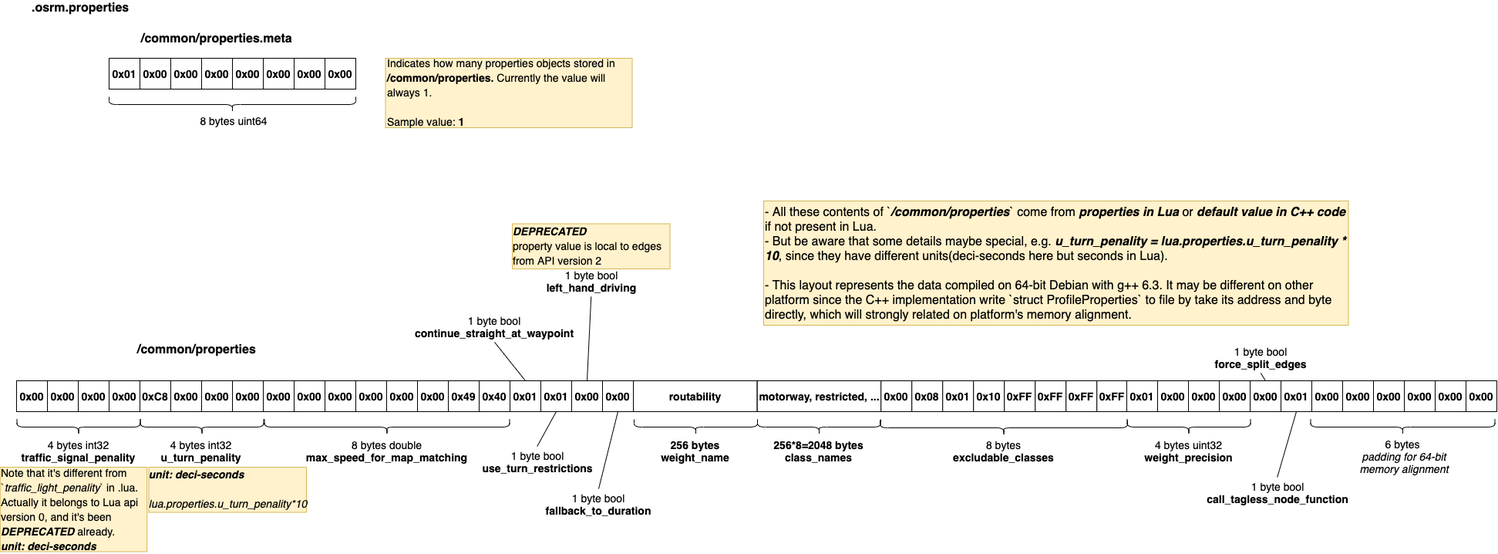
Above: osrm/doc/osrm-toolchain-files/graph/map.osrm.properties.common.properties.png in Telenav/open-source-spec (draw.io), before the change. Source tidied: cells renumbered, new cells last; positions are measured from the earlier drawing's top-left corner, leaving out a move shared by most shapes.
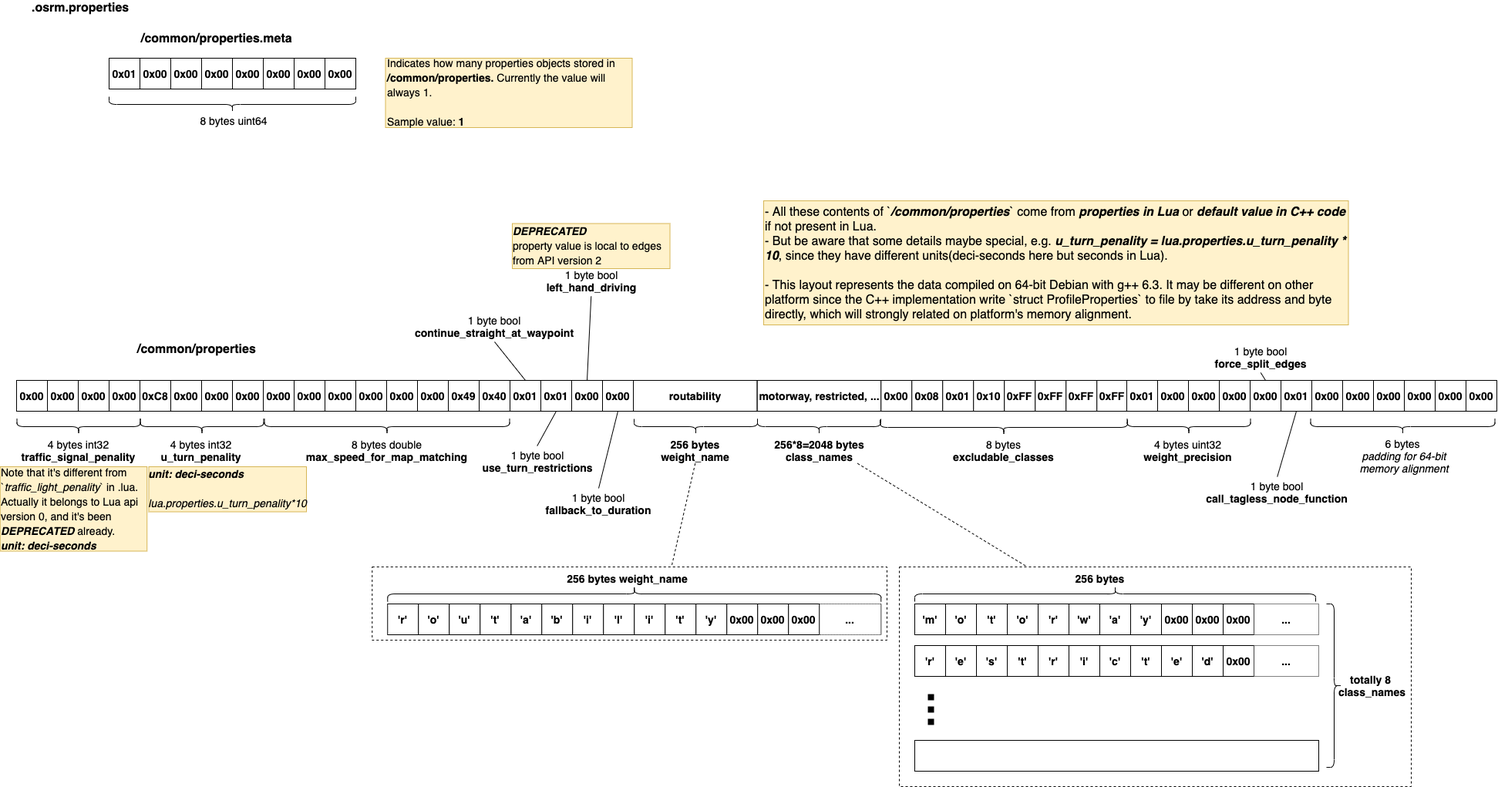
After the change.

Diff of the diagram source:
```diff
@@ -2,6 +2,9 @@
   <root>
     <mxCell id="0" />
     <mxCell id="1" parent="0" />
+    <mxCell id="90" style="rounded=0;whiteSpace=wrap;html=1;dashed=1;strokeColor=#000000;" parent="1" vertex="1">
+      <mxGeometry x="482.2" y="760" width="667.8" height="95" as="geometry" />
+    </mxCell>
     <mxCell id="2" value="0x01" style="rounded=0;whiteSpace=wrap;html=1;fontStyle=1;fontSize=14;" parent="1" vertex="1">
       <mxGeometry x="141" y="100" width="40" height="40" as="geometry" />
     </mxCell>
@@ -132,13 +135,13 @@
       <mxGeometry x="892" y="498" width="20" height="160" as="geometry" />
     </mxCell>
     <mxCell id="45" value="&lt;b&gt;256 bytes&lt;br&gt;weight_name&lt;br&gt;&lt;/b&gt;" style="text;html=1;strokeColor=none;fillColor=none;align=center;verticalAlign=middle;whiteSpace=wrap;rounded=0;fontSize=14;" parent="1" vertex="1">
-      <mxGeometry x="801.5" y="581.5" width="199" height="55" as="geometry" />
+      <mxGeometry x="801.8" y="592.2" width="199" height="33.5" as="geometry" />
     </mxCell>
     <mxCell id="46" style="shape=curlyBracket;whiteSpace=wrap;html=1;rounded=1;fontSize=14;rotation=-90;" parent="1" vertex="1">
       <mxGeometry x="1052" y="498" width="20" height="160" as="geometry" />
     </mxCell>
     <mxCell id="47" value="&lt;b&gt;256*8=2048 bytes&lt;br&gt;class_names&lt;br&gt;&lt;/b&gt;" style="text;html=1;strokeColor=none;fillColor=none;align=center;verticalAlign=middle;whiteSpace=wrap;rounded=0;fontSize=14;" parent="1" vertex="1">
-      <mxGeometry x="961.5" y="581.5" width="199" height="55" as="geometry" />
+      <mxGeometry x="962.5" y="592.2" width="199" height="33.5" as="geometry" />
     </mxCell>
     <mxCell id="48" style="shape=curlyBracket;whiteSpace=wrap;html=1;rounded=1;fontSize=14;rotation=-90;" parent="1" vertex="1">
       <mxGeometry x="1291.5" y="418.5" width="20" height="321" as="geometry" />
@@ -266,5 +269,158 @@
     <mxCell id="89" value="&lt;div style=&quot;text-align: left&quot;&gt;&lt;span style=&quot;font-size: 14px&quot;&gt;&lt;i&gt;DEPRECATED&lt;/i&gt;&lt;/span&gt;&lt;/div&gt;&lt;div style=&quot;text-align: left&quot;&gt;&lt;span style=&quot;font-size: 14px ; font-weight: normal&quot;&gt;property value is local to edges from API version 2&lt;/span&gt;&lt;br&gt;&lt;/div&gt;" style="text;html=1;strokeColor=#d6b656;fillColor=#fff2cc;align=center;verticalAlign=middle;whiteSpace=wrap;rounded=0;fontSize=16;fontStyle=1;" parent="1" vertex="1">
       <mxGeometry x="664" y="314.5" width="204.5" height="58.5" as="geometry" />
     </mxCell>
+    <mxCell id="91" value="'a'" style="rounded=0;whiteSpace=wrap;html=1;fontStyle=1;fontSize=14;" parent="1" vertex="1">
+      <mxGeometry x="662.2" y="808" width="40" height="40" as="geometry" />
+    </mxCell>
+    <mxCell id="92" value="'b'" style="rounded=0;whiteSpace=wrap;html=1;fontStyle=1;fontSize=14;" parent="1" vertex="1">
+      <mxGeometry x="702.2" y="808" width="40" height="40" as="geometry" />
+    </mxCell>
+    <mxCell id="93" value="'i'" style="rounded=0;whiteSpace=wrap;html=1;fontStyle=1;fontSize=14;" parent="1" vertex="1">
+      <mxGeometry x="742.2" y="808" width="40" height="40" as="geometry" />
+    </mxCell>
+    <mxCell id="94" value="'l'" style="rounded=0;whiteSpace=wrap;html=1;fontStyle=1;fontSize=14;" parent="1" vertex="1">
+      <mxGeometry x="782.2" y="808" width="40" height="40" as="geometry" />
+    </mxCell>
+    <mxCell id="95" value="'r'" style="rounded=0;whiteSpace=wrap;html=1;fontStyle=1;fontSize=14;" parent="1" vertex="1">
+      <mxGeometry x="502.2" y="808" width="40" height="40" as="geometry" />
+    </mxCell>
+    <mxCell id="96" value="'o'" style="rounded=0;whiteSpace=wrap;html=1;fontStyle=1;fontSize=14;" parent="1" vertex="1">
+      <mxGeometry x="542.2" y="808" width="40" height="40" as="geometry" />
+    </mxCell>
+    <mxCell id="97" value="'u'" style="rounded=0;whiteSpace=wrap;html=1;fontStyle=1;fontSize=14;" parent="1" vertex="1">
+      <mxGeometry x="582.2" y="808" width="40" height="40" as="geometry" />
+    </mxCell>
+    <mxCell id="98" value="'t'" style="rounded=0;whiteSpace=wrap;html=1;fontStyle=1;fontSize=14;" parent="1" vertex="1">
+      <mxGeometry x="622.2" y="808" width="40" height="40" as="geometry" />
+    </mxCell>
+    <mxCell id="99" value="'i'" style="rounded=0;whiteSpace=wrap;html=1;fontStyle=1;fontSize=14;" parent="1" vertex="1">
+      <mxGeometry x="822.2" y="808" width="40" height="40" as="geometry" />
+    </mxCell>
+    <mxCell id="100" value="'t'" style="rounded=0;whiteSpace=wrap;html=1;fontStyle=1;fontSize=14;" parent="1" vertex="1">
+      <mxGeometry x="862.2" y="808" width="40" height="40" as="geometry" />
+    </mxCell>
+    <mxCell id="101" value="'y'" style="rounded=0;whiteSpace=wrap;html=1;fontStyle=1;fontSize=14;" parent="1" vertex="1">
+      <mxGeometry x="902.2" y="808" width="40" height="40" as="geometry" />
+    </mxCell>
+    <mxCell id="102" value="0x00" style="rounded=0;whiteSpace=wrap;html=1;fontStyle=1;fontSize=14;" parent="1" vertex="1">
+      <mxGeometry x="942.2" y="808" width="40" height="40" as="geometry" />
+    </mxCell>
+    <mxCell id="103" value="0x00" style="rounded=0;whiteSpace=wrap;html=1;fontStyle=1;fontSize=14;" parent="1" vertex="1">
+      <mxGeometry x="982.2" y="808" width="40" height="40" as="geometry" />
+    </mxCell>
+    <mxCell id="104" value="0x00" style="rounded=0;whiteSpace=wrap;html=1;fontStyle=1;fontSize=14;" parent="1" vertex="1">
+      <mxGeometry x="1022.2" y="808" width="40" height="40" as="geometry" />
+    </mxCell>
+    <mxCell id="105" value="..." style="rounded=0;whiteSpace=wrap;html=1;fontStyle=1;fontSize=14;strokeColor=#000000;dashed=1;dashPattern=1 1;" parent="1" vertex="1">
+      <mxGeometry x="1062.2" y="808" width="80" height="40" as="geometry" />
+    </mxCell>
+    <mxCell id="106" style="shape=curlyBracket;whiteSpace=wrap;html=1;rounded=1;fontSize=14;rotation=90;" parent="1" vertex="1">
+      <mxGeometry x="812.2" y="475" width="20" height="640" as="geometry" />
+    </mxCell>
+    <mxCell id="107" style="edgeStyle=none;rounded=0;jettySize=auto;html=1;exitX=0.5;exitY=1;exitDx=0;exitDy=0;endArrow=none;endFill=0;entryX=0.582;entryY=-0.021;entryDx=0;entryDy=0;entryPerimeter=0;dashed=1;" parent="1" edge="1" source="45" target="90">
+      <mxGeometry relative="1" as="geometry" />
+    </mxCell>
+    <mxCell id="108" value="&lt;b&gt;256 bytes weight_name&lt;br&gt;&lt;/b&gt;" style="text;html=1;strokeColor=none;fillColor=none;align=center;verticalAlign=middle;whiteSpace=wrap;rounded=0;fontSize=14;" parent="1" vertex="1">
+      <mxGeometry x="713.5" y="767" width="199" height="15.5" as="geometry" />
+    </mxCell>
+    <mxCell id="109" style="rounded=0;whiteSpace=wrap;html=1;dashed=1;strokeColor=#000000;" parent="1" vertex="1">
+      <mxGeometry x="1166" y="760" width="664" height="285" as="geometry" />
+    </mxCell>
+    <mxCell id="110" value="'r'" style="rounded=0;whiteSpace=wrap;html=1;fontStyle=1;fontSize=14;" parent="1" vertex="1">
+      <mxGeometry x="1346" y="808" width="40" height="40" as="geometry" />
+    </mxCell>
+    <mxCell id="111" value="'w'" style="rounded=0;whiteSpace=wrap;html=1;fontStyle=1;fontSize=14;" parent="1" vertex="1">
+      <mxGeometry x="1386" y="808" width="40" height="40" as="geometry" />
+    </mxCell>
+    <mxCell id="112" value="'a'" style="rounded=0;whiteSpace=wrap;html=1;fontStyle=1;fontSize=14;" parent="1" vertex="1">
+      <mxGeometry x="1426" y="808" width="40" height="40" as="geometry" />
+    </mxCell>
+    <mxCell id="113" value="'y'" style="rounded=0;whiteSpace=wrap;html=1;fontStyle=1;fontSize=14;" parent="1" vertex="1">
+      <mxGeometry x="1466" y="808" width="40" height="40" as="geometry" />
+    </mxCell>
+    <mxCell id="114" value="'m'" style="rounded=0;whiteSpace=wrap;html=1;fontStyle=1;fontSize=14;" parent="1" vertex="1">
+      <mxGeometry x="1186" y="808" width="40" height="40" as="geometry" />
+    </mxCell>
+    <mxCell id="115" value="'o'" style="rounded=0;whiteSpace=wrap;html=1;fontStyle=1;fontSize=14;" parent="1" vertex="1">
+      <mxGeometry x="1226" y="808" width="40" height="40" as="geometry" />
+    </mxCell>
+    <mxCell id="116" value="'t'" style="rounded=0;whiteSpace=wrap;html=1;fontStyle=1;fontSize=14;" parent="1" vertex="1">
+      <mxGeometry x="1266" y="808" width="40" height="40" as="geometry" />
+    </mxCell>
+    <mxCell id="117" value="'o'" style="rounded=0;whiteSpace=wrap;html=1;fontStyle=1;fontSize=14;" parent="1" vertex="1">
+      <mxGeometry x="1306" y="808" width="40" height="40" as="geometry" />
+    </mxCell>
+    <mxCell id="118" value="0x00" style="rounded=0;whiteSpace=wrap;html=1;fontStyle=1;fontSize=14;" parent="1" vertex="1">
+      <mxGeometry x="1506" y="808" width="40" height="40" as="geometry" />
+    </mxCell>
+    <mxCell id="119" value="0x00" style="rounded=0;whiteSpace=wrap;html=1;fontStyle=1;fontSize=14;" parent="1" vertex="1">
+      <mxGeometry x="1546" y="808" width="40" height="40" as="geometry" />
+    </mxCell>
+    <mxCell id="120" value="0x00" style="rounded=0;whiteSpace=wrap;html=1;fontStyle=1;fontSize=14;" parent="1" vertex="1">
+      <mxGeometry x="1586" y="808" width="40" height="40" as="geometry" />
+    </mxCell>
+    <mxCell id="121" value="..." style="rounded=0;whiteSpace=wrap;html=1;fontStyle=1;fontSize=14;strokeColor=#000000;dashed=1;dashPattern=1 1;" parent="1" vertex="1">
+      <mxGeometry x="1626" y="808" width="84" height="40" as="geometry" />
+    </mxCell>
+    <mxCell id="122" style="shape=curlyBracket;whiteSpace=wrap;html=1;rounded=1;fontSize=14;rotation=90;" parent="1" vertex="1">
+      <mxGeometry x="1436" y="535" width="20" height="520" as="geometry" />
+    </mxCell>
+    <mxCell id="123" value="&lt;b&gt;256 bytes&lt;br&gt;&lt;/b&gt;" style="text;html=1;strokeColor=none;fillColor=none;align=center;verticalAlign=middle;whiteSpace=wrap;rounded=0;fontSize=14;" parent="1" vertex="1">
+      <mxGeometry x="1326.5" y="767" width="199" height="15.5" as="geometry" />
+    </mxCell>
+    <mxCell id="124" value="'r'" style="rounded=0;whiteSpace=wrap;html=1;fontStyle=1;fontSize=14;" parent="1" vertex="1">
+      <mxGeometry x="1346" y="862" width="40" height="40" as="geometry" />
+    </mxCell>
+    <mxCell id="125" value="'i'" style="rounded=0;whiteSpace=wrap;html=1;fontStyle=1;fontSize=14;" parent="1" vertex="1">
+      <mxGeometry x="1386" y="862" width="40" height="40" as="geometry" />
+    </mxCell>
+    <mxCell id="126" value="'c'" style="rounded=0;whiteSpace=wrap;html=1;fontStyle=1;fontSize=14;" parent="1" vertex="1">
+      <mxGeometry x="1426" y="862" width="40" height="40" as="geometry" />
+    </mxCell>
+    <mxCell id="127" value="'t'" style="rounded=0;whiteSpace=wrap;html=1;fontStyle=1;fontSize=14;" parent="1" vertex="1">
+      <mxGeometry x="1466" y="862" width="40" height="40" as="geometry" />
+    </mxCell>
+    <mxCell id="128" value="'r'" style="rounded=0;whiteSpace=wrap;html=1;fontStyle=1;fontSize=14;" parent="1" vertex="1">
+      <mxGeometry x="1186" y="862" width="40" height="40" as="geometry" />
+    </mxCell>
+    <mxCell id="129" value="'e'" style="rounded=0;whiteSpace=wrap;html=1;fontStyle=1;fontSize=14;" parent="1" vertex="1">
+      <mxGeometry x="1226" y="862" width="40" height="40" as="geometry" />
+    </mxCell>
+    <mxCell id="130" value="'s'" style="rounded=0;whiteSpace=wrap;html=1;fontStyle=1;fontSize=14;" parent="1" vertex="1">
+      <mxGeometry x="1266" y="862" width="40" height="40" as="geometry" />
+    </mxCell>
+    <mxCell id="131" value="'t'" style="rounded=0;whiteSpace=wrap;html=1;fontStyle=1;fontSize=14;" parent="1" vertex="1">
+      <mxGeometry x="1306" y="862" width="40" height="40" as="geometry" />
+    </mxCell>
+    <mxCell id="132" value="'e'" style="rounded=0;whiteSpace=wrap;html=1;fontStyle=1;fontSize=14;" parent="1" vertex="1">
+      <mxGeometry x="1506" y="862" width="40" height="40" as="geometry" />
+    </mxCell>
+    <mxCell id="133" value="'d'" style="rounded=0;whiteSpace=wrap;html=1;fontStyle=1;fontSize=14;" parent="1" vertex="1">
+      <mxGeometry x="1546" y="862" width="40" height="40" as="geometry" />
+    </mxCell>
+    <mxCell id="134" value="0x00" style="rounded=0;whiteSpace=wrap;html=1;fontStyle=1;fontSize=14;" parent="1" vertex="1">
+      <mxGeometry x="1586" y="862" width="40" height="40" as="geometry" />
+    </mxCell>
+    <mxCell id="135" value="..." style="rounded=0;whiteSpace=wrap;html=1;fontStyle=1;fontSize=14;strokeColor=#000000;dashed=1;dashPattern=1 1;" parent="1" vertex="1">
+      <mxGeometry x="1626" y="862" width="84" height="40" as="geometry" />
+    </mxCell>
+    <mxCell id="136" style="rounded=0;whiteSpace=wrap;html=1;fontStyle=1;fontSize=14;" parent="1" vertex="1">
+      <mxGeometry x="1186" y="985" width="524" height="40" as="geometry" />
+    </mxCell>
+    <mxCell id="137" style="edgeStyle=none;rounded=0;jettySize=auto;html=1;exitX=0.75;exitY=1;exitDx=0;exitDy=0;endArrow=none;endFill=0;entryX=0.25;entryY=0;entryDx=0;entryDy=0;dashed=1;" parent="1" edge="1" source="47" target="109">
+      <mxGeometry relative="1" as="geometry" />
+    </mxCell>
+    <mxCell id="138" style="shape=curlyBracket;whiteSpace=wrap;html=1;rounded=1;fontSize=14;rotation=-180;" parent="1" vertex="1">
+      <mxGeometry x="1720" y="808" width="20" height="212" as="geometry" />
+    </mxCell>
+    <mxCell id="139" value="&lt;b&gt;totally 8 &lt;br&gt;class_names&lt;br&gt;&lt;/b&gt;" style="text;html=1;strokeColor=none;fillColor=none;align=center;verticalAlign=middle;whiteSpace=wrap;rounded=0;fontSize=14;" parent="1" vertex="1">
+      <mxGeometry x="1680" y="906.2" width="199" height="15.5" as="geometry" />
+    </mxCell>
+    <mxCell id="140" style="endArrow=none;dashed=1;html=1;strokeWidth=8;dashPattern=1 1;" parent="1" edge="1">
+      <mxGeometry relative="1" as="geometry">
+        <mxPoint x="1207" y="965" as="sourcePoint" />
+        <mxPoint x="1207" y="925" as="targetPoint" />
+      </mxGeometry>
+    </mxCell>
   </root>
 </mxGraphModel>
```
